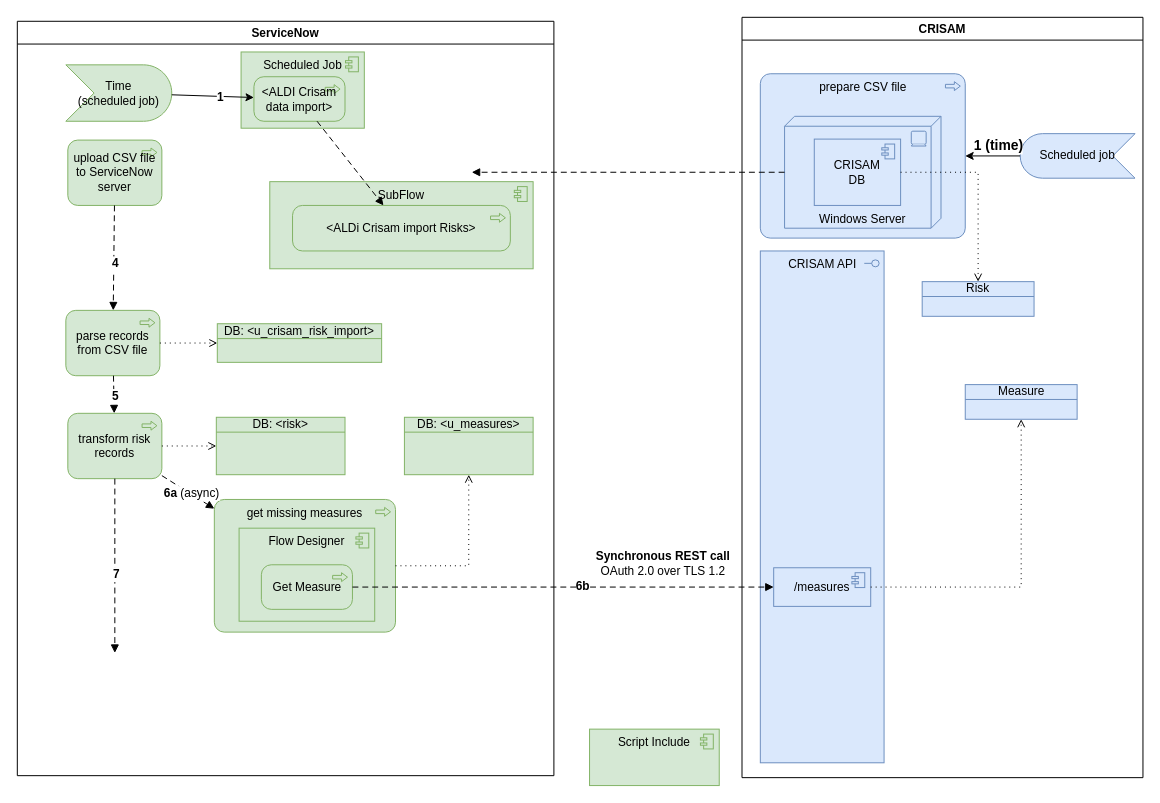
The draw.io diagram page "Crisam2SnNightly" (15 of 23) of AldiCrisam.drawio in algimas/tmp, before the edit. Source tidied: cells renumbered, new cells numbered last; positions are measured from the earlier drawing's top-left corner, leaving out a move shared by most shapes. Both pictures are drawn from the tidied source at 99%, with x=0, y=0 at pixel (17, 17).
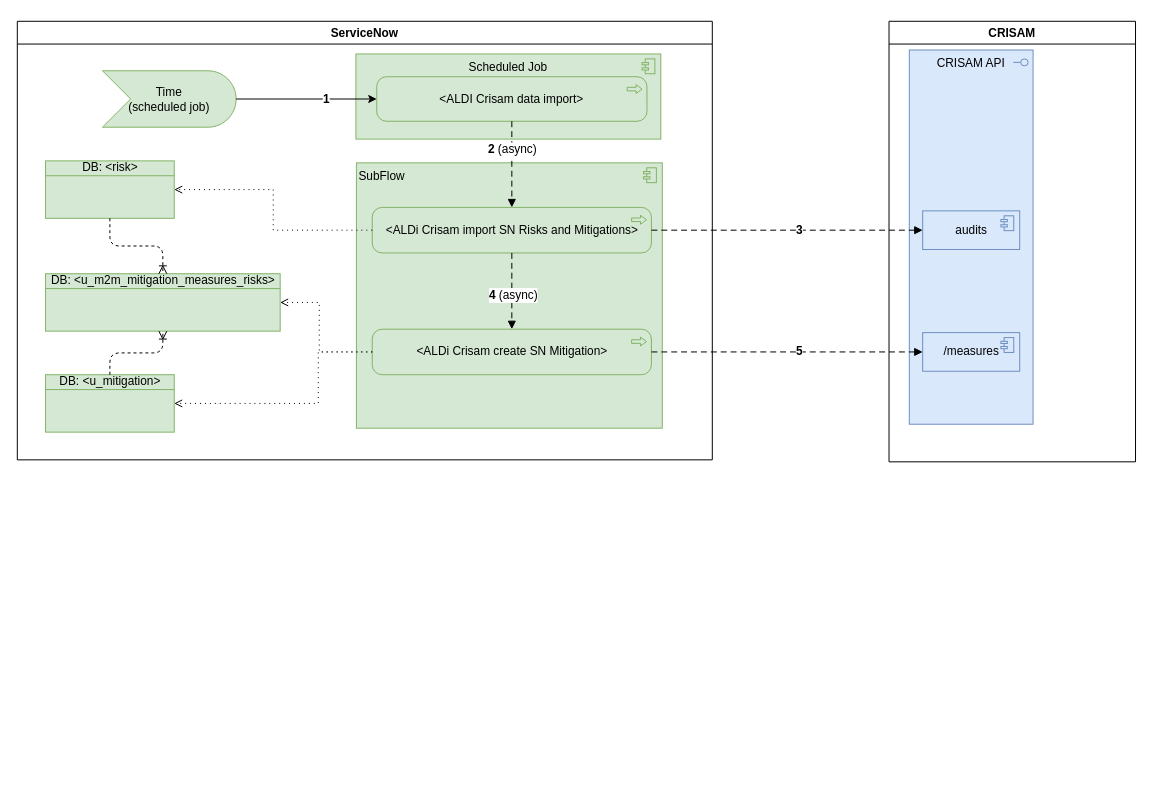
The same diagram, later.

The edit, as a diff of the source:
```diff
@@
     <mxCell id="2" value="CRISAM" style="swimlane;" parent="1" vertex="1">
-      <mxGeometry x="732" width="405" height="768" as="geometry" />
+      <mxGeometry x="880.5" y="4" width="249" height="445" as="geometry" />
     </mxCell>
-    <mxCell id="3" value="Measure" style="html=1;outlineConnect=0;whiteSpace=wrap;fillColor=#dae8fc;shape=mxgraph.archimate3.businessObject;overflow=fill;strokeColor=#6c8ebf;" parent="2" vertex="1">
-      <mxGeometry x="225.5" y="371" width="113" height="35" as="geometry" />
-    </mxCell>
-    <mxCell id="4" value="prepare CSV file" style="html=1;outlineConnect=0;whiteSpace=wrap;fillColor=#dae8fc;shape=mxgraph.archimate3.application;appType=proc;archiType=rounded;strokeColor=#6c8ebf;verticalAlign=top;" parent="2" vertex="1">
-      <mxGeometry x="18.5" y="57" width="207" height="166" as="geometry" />
-    </mxCell>
-    <mxCell id="5" value="&lt;div&gt;&lt;span style=&quot;background-color: initial;&quot;&gt;Scheduled job&lt;/span&gt;&lt;br&gt;&lt;/div&gt;" style="html=1;outlineConnect=0;whiteSpace=wrap;fillColor=#dae8fc;shape=mxgraph.archimate3.event;direction=west;strokeColor=#6c8ebf;" parent="2" vertex="1">
-      <mxGeometry x="281" y="117.5" width="116" height="45" as="geometry" />
-    </mxCell>
-    <mxCell id="6" style="edgeStyle=none;rounded=0;jettySize=auto;html=1;fillColor=#80b6a1;" parent="2" edge="1" source="5" target="4">
-      <mxGeometry relative="1" as="geometry" />
-    </mxCell>
-    <mxCell id="7" value="&lt;font style=&quot;font-size: 14px&quot;&gt;&lt;b&gt;1 (time)&lt;/b&gt;&lt;/font&gt;" style="edgeLabel;html=1;align=center;verticalAlign=middle;fillColor=#80b6a1;" parent="6" vertex="1">
-      <mxGeometry x="0.14" relative="1" as="geometry">
-        <mxPoint x="9" y="-11" as="offset" />
-      </mxGeometry>
-    </mxCell>
-    <mxCell id="8" value="Windows Server&lt;div&gt;&lt;/div&gt;" style="html=1;outlineConnect=0;whiteSpace=wrap;fillColor=#dae8fc;shape=mxgraph.archimate3.tech;techType=device;fontSize=12;strokeColor=#6c8ebf;verticalAlign=bottom;" parent="2" vertex="1">
-      <mxGeometry x="43" y="100" width="158" height="113" as="geometry" />
-    </mxCell>
-    <mxCell id="9" value="CRISAM &lt;br&gt;DB" style="html=1;outlineConnect=0;whiteSpace=wrap;fillColor=#dae8fc;shape=mxgraph.archimate3.application;appType=comp;archiType=square;strokeColor=#6c8ebf;verticalAlign=middle;" parent="2" vertex="1">
-      <mxGeometry x="73" y="123" width="87.2" height="67" as="geometry" />
-    </mxCell>
-    <mxCell id="10" value="Risk" style="html=1;outlineConnect=0;whiteSpace=wrap;fillColor=#dae8fc;shape=mxgraph.archimate3.businessObject;overflow=fill;strokeColor=#6c8ebf;" parent="2" vertex="1">
-      <mxGeometry x="182" y="267" width="113" height="35" as="geometry" />
-    </mxCell>
-    <mxCell id="11" style="edgeStyle=orthogonalEdgeStyle;html=1;endArrow=open;elbow=vertical;endFill=0;dashed=1;dashPattern=1 4;rounded=0;fillColor=#00b9f2;" parent="2" edge="1" source="9" target="10">
-      <mxGeometry relative="1" as="geometry" />
-    </mxCell>
+    <mxCell id="41" value="CRISAM API" style="html=1;whiteSpace=wrap;fillColor=#dae8fc;shape=mxgraph.archimate3.application;appType=interface;archiType=square;strokeColor=#6c8ebf;verticalAlign=top;" parent="2" vertex="1">
+      <mxGeometry x="20.5" y="29" width="125" height="378" as="geometry" />
+    </mxCell>
+    <mxCell id="42" value="/measures" style="html=1;outlineConnect=0;whiteSpace=wrap;fillColor=#dae8fc;shape=mxgraph.archimate3.application;appType=comp;archiType=square;strokeColor=#6c8ebf;" parent="2" vertex="1">
+      <mxGeometry x="34" y="314.5" width="98" height="39" as="geometry" />
+    </mxCell>
+    <mxCell id="49" value="audits" style="html=1;outlineConnect=0;whiteSpace=wrap;fillColor=#dae8fc;shape=mxgraph.archimate3.application;appType=comp;archiType=square;strokeColor=#6c8ebf;" parent="2" vertex="1">
+      <mxGeometry x="34" y="191.5" width="98" height="39" as="geometry" />
+    </mxCell>
     <mxCell id="12" value="ServiceNow" style="swimlane;" parent="1" vertex="1">
-      <mxGeometry y="4" width="542" height="762" as="geometry" />
+      <mxGeometry y="4" width="702" height="443" as="geometry" />
     </mxCell>
     <mxCell id="13" value="DB: &amp;lt;risk&amp;gt;" style="html=1;outlineConnect=0;whiteSpace=wrap;fillColor=#d5e8d4;shape=mxgraph.archimate3.businessObject;overflow=fill;strokeColor=#82b366;" parent="12" vertex="1">
-      <mxGeometry x="201" y="400" width="130" height="58" as="geometry" />
+      <mxGeometry x="28.5" y="141" width="130" height="58" as="geometry" />
     </mxCell>
-    <mxCell id="14" value="parse records from CSV file" style="html=1;outlineConnect=0;whiteSpace=wrap;fillColor=#d5e8d4;shape=mxgraph.archimate3.application;appType=proc;archiType=rounded;strokeColor=#82b366;verticalAlign=middle;" parent="12" vertex="1">
-      <mxGeometry x="49" y="292" width="95" height="66" as="geometry" />
-    </mxCell>
-    <mxCell id="15" value="DB: &amp;lt;u_crisam_risk_import&amp;gt;" style="html=1;outlineConnect=0;whiteSpace=wrap;fillColor=#d5e8d4;shape=mxgraph.archimate3.businessObject;overflow=fill;strokeColor=#82b366;" parent="12" vertex="1">
-      <mxGeometry x="202" y="305.5" width="166" height="39" as="geometry" />
-    </mxCell>
-    <mxCell id="16" value="transform risk records" style="html=1;outlineConnect=0;whiteSpace=wrap;fillColor=#d5e8d4;shape=mxgraph.archimate3.application;appType=proc;archiType=rounded;strokeColor=#82b366;verticalAlign=middle;" parent="12" vertex="1">
-      <mxGeometry x="51" y="396" width="95" height="66" as="geometry" />
-    </mxCell>
-    <mxCell id="17" value="get missing measures" style="html=1;outlineConnect=0;whiteSpace=wrap;fillColor=#d5e8d4;shape=mxgraph.archimate3.application;appType=proc;archiType=rounded;strokeColor=#82b366;verticalAlign=top;" parent="12" vertex="1">
-      <mxGeometry x="199" y="483" width="183" height="134" as="geometry" />
-    </mxCell>
-    <mxCell id="18" value="DB: &amp;lt;u_measures&amp;gt;" style="html=1;outlineConnect=0;whiteSpace=wrap;fillColor=#d5e8d4;shape=mxgraph.archimate3.businessObject;overflow=fill;strokeColor=#82b366;" parent="12" vertex="1">
-      <mxGeometry x="391" y="400" width="130" height="58" as="geometry" />
-    </mxCell>
-    <mxCell id="19" value="Flow Designer" style="html=1;whiteSpace=wrap;fillColor=#d5e8d4;shape=mxgraph.archimate3.application;appType=comp;archiType=square;strokeColor=#82b366;verticalAlign=top;" parent="12" vertex="1">
-      <mxGeometry x="224" y="512" width="137" height="94" as="geometry" />
-    </mxCell>
-    <mxCell id="20" value="Get Measure" style="html=1;outlineConnect=0;whiteSpace=wrap;fillColor=#d5e8d4;shape=mxgraph.archimate3.application;appType=proc;archiType=rounded;strokeColor=#82b366;" parent="12" vertex="1">
-      <mxGeometry x="246.5" y="549" width="92" height="45" as="geometry" />
-    </mxCell>
-    <mxCell id="21" value="upload CSV file to ServiceNow server" style="html=1;outlineConnect=0;whiteSpace=wrap;fillColor=#d5e8d4;shape=mxgraph.archimate3.application;appType=proc;archiType=rounded;strokeColor=#82b366;verticalAlign=middle;" parent="12" vertex="1">
-      <mxGeometry x="51" y="120" width="95" height="66" as="geometry" />
-    </mxCell>
-    <mxCell id="22" style="html=1;endArrow=block;dashed=1;elbow=vertical;endFill=1;dashPattern=6 4;rounded=0;fontSize=12;" parent="12" edge="1" source="21" target="14">
-      <mxGeometry relative="1" as="geometry" />
-    </mxCell>
-    <mxCell id="23" value="&lt;b&gt;4&lt;/b&gt;" style="edgeLabel;html=1;align=center;verticalAlign=middle;fontSize=12;" parent="22" vertex="1">
-      <mxGeometry x="0.09" y="1" relative="1" as="geometry" />
-    </mxCell>
-    <mxCell id="24" style="html=1;endArrow=block;dashed=1;elbow=vertical;endFill=1;dashPattern=6 4;rounded=0;fontSize=12;" parent="12" edge="1" source="14" target="16">
-      <mxGeometry relative="1" as="geometry" />
-    </mxCell>
-    <mxCell id="25" value="&lt;b&gt;5&lt;/b&gt;" style="edgeLabel;html=1;align=center;verticalAlign=middle;fontSize=12;" parent="24" vertex="1">
-      <mxGeometry x="0.09" y="1" relative="1" as="geometry" />
-    </mxCell>
-    <mxCell id="26" style="html=1;endArrow=block;dashed=1;elbow=vertical;endFill=1;dashPattern=6 4;rounded=0;fontSize=12;" parent="12" edge="1" source="16" target="17">
-      <mxGeometry relative="1" as="geometry" />
-    </mxCell>
-    <mxCell id="27" value="&lt;b&gt;6a&amp;nbsp;&lt;/b&gt;(async)" style="edgeLabel;html=1;align=center;verticalAlign=middle;fontSize=12;" parent="26" vertex="1">
-      <mxGeometry x="0.09" y="1" relative="1" as="geometry" />
-    </mxCell>
-    <mxCell id="28" style="html=1;endArrow=block;dashed=1;elbow=vertical;endFill=1;dashPattern=6 4;rounded=0;fontSize=12;" parent="12" edge="1" source="16">
-      <mxGeometry relative="1" as="geometry">
-        <mxPoint x="98.5" y="638" as="targetPoint" />
-      </mxGeometry>
-    </mxCell>
-    <mxCell id="29" value="&lt;b&gt;7&lt;/b&gt;" style="edgeLabel;html=1;align=center;verticalAlign=middle;fontSize=12;" parent="28" vertex="1">
-      <mxGeometry x="0.09" y="1" relative="1" as="geometry" />
-    </mxCell>
-    <mxCell id="30" style="edgeStyle=orthogonalEdgeStyle;html=1;endArrow=open;elbow=vertical;endFill=0;dashed=1;dashPattern=1 4;rounded=0;fillColor=#00b9f2;" parent="12" edge="1" source="14" target="15">
-      <mxGeometry relative="1" as="geometry" />
-    </mxCell>
-    <mxCell id="31" style="edgeStyle=orthogonalEdgeStyle;html=1;endArrow=open;elbow=vertical;endFill=0;dashed=1;dashPattern=1 4;rounded=0;fillColor=#00b9f2;" parent="12" edge="1" source="16" target="13">
-      <mxGeometry relative="1" as="geometry" />
-    </mxCell>
-    <mxCell id="32" style="edgeStyle=orthogonalEdgeStyle;html=1;endArrow=open;elbow=vertical;endFill=0;dashed=1;dashPattern=1 4;rounded=0;fillColor=#00b9f2;" parent="12" edge="1" source="17" target="18">
-      <mxGeometry relative="1" as="geometry" />
-    </mxCell>
     <mxCell id="33" value="Time &lt;br&gt;(scheduled job)" style="html=1;outlineConnect=0;whiteSpace=wrap;fillColor=#d5e8d4;shape=mxgraph.archimate3.event;strokeColor=#82b366;" parent="12" vertex="1">
-      <mxGeometry x="49" y="44" width="107" height="57" as="geometry" />
+      <mxGeometry x="86" y="50" width="135" height="57" as="geometry" />
     </mxCell>
     <mxCell id="34" value="Scheduled Job" style="html=1;whiteSpace=wrap;fillColor=#d5e8d4;shape=mxgraph.archimate3.application;appType=comp;archiType=square;strokeColor=#82b366;verticalAlign=top;" parent="12" vertex="1">
-      <mxGeometry x="226" y="31" width="124.5" height="77" as="geometry" />
+      <mxGeometry x="342" y="33" width="308" height="86" as="geometry" />
     </mxCell>
     <mxCell id="35" value="&amp;lt;ALDI Crisam data import&amp;gt;" style="html=1;outlineConnect=0;whiteSpace=wrap;fillColor=#d5e8d4;shape=mxgraph.archimate3.application;appType=proc;archiType=rounded;strokeColor=#82b366;" parent="12" vertex="1">
-      <mxGeometry x="239" y="56" width="92" height="45" as="geometry" />
+      <mxGeometry x="363" y="56" width="273" height="45" as="geometry" />
     </mxCell>
@@
-    <mxCell id="38" value="SubFlow" style="html=1;whiteSpace=wrap;fillColor=#d5e8d4;shape=mxgraph.archimate3.application;appType=comp;archiType=square;strokeColor=#82b366;verticalAlign=top;" parent="12" vertex="1">
-      <mxGeometry x="255" y="162" width="266" height="88" as="geometry" />
+    <mxCell id="38" value="SubFlow" style="html=1;whiteSpace=wrap;fillColor=#d5e8d4;shape=mxgraph.archimate3.application;appType=comp;archiType=square;strokeColor=#82b366;verticalAlign=top;align=left;" parent="12" vertex="1">
+      <mxGeometry x="342.5" y="143" width="309" height="268" as="geometry" />
     </mxCell>
-    <mxCell id="39" value="&amp;lt;ALDi Crisam import Risks&amp;gt;" style="html=1;outlineConnect=0;whiteSpace=wrap;fillColor=#d5e8d4;shape=mxgraph.archimate3.application;appType=proc;archiType=rounded;strokeColor=#82b366;" parent="12" vertex="1">
-      <mxGeometry x="278" y="186" width="220" height="46" as="geometry" />
-    </mxCell>
-    <mxCell id="40" style="html=1;endArrow=block;dashed=1;elbow=vertical;endFill=1;dashPattern=6 4;rounded=0;fontSize=12;" parent="1" edge="1" source="8">
-      <mxGeometry relative="1" as="geometry">
-        <mxPoint x="459" y="156.5" as="targetPoint" />
-      </mxGeometry>
-    </mxCell>
-    <mxCell id="41" value="CRISAM API" style="html=1;whiteSpace=wrap;fillColor=#dae8fc;shape=mxgraph.archimate3.application;appType=interface;archiType=square;strokeColor=#6c8ebf;verticalAlign=top;" parent="1" vertex="1">
-      <mxGeometry x="750.5" y="236" width="125" height="517" as="geometry" />
-    </mxCell>
-    <mxCell id="42" value="/measures" style="html=1;outlineConnect=0;whiteSpace=wrap;fillColor=#dae8fc;shape=mxgraph.archimate3.application;appType=comp;archiType=square;strokeColor=#6c8ebf;" parent="1" vertex="1">
-      <mxGeometry x="764" y="556" width="98" height="39" as="geometry" />
-    </mxCell>
+    <mxCell id="50" style="html=1;endArrow=block;dashed=1;elbow=vertical;endFill=1;dashPattern=6 4;rounded=0;fontSize=12;" parent="12" edge="1" source="35" target="52">
+      <mxGeometry relative="1" as="geometry" />
+    </mxCell>
+    <mxCell id="51" value="&lt;b&gt;2&amp;nbsp;&lt;/b&gt;(async)" style="edgeLabel;html=1;align=center;verticalAlign=middle;fontSize=12;" parent="50" vertex="1">
+      <mxGeometry x="0.09" y="1" relative="1" as="geometry">
+        <mxPoint x="-1" y="-19" as="offset" />
+      </mxGeometry>
+    </mxCell>
+    <mxCell id="52" value="&amp;lt;ALDi Crisam import SN Risks and Mitigations&amp;gt;" style="html=1;outlineConnect=0;whiteSpace=wrap;fillColor=#d5e8d4;shape=mxgraph.archimate3.application;appType=proc;archiType=rounded;strokeColor=#82b366;" parent="12" vertex="1">
+      <mxGeometry x="358.5" y="188" width="282" height="46" as="geometry" />
+    </mxCell>
+    <mxCell id="53" style="edgeStyle=orthogonalEdgeStyle;html=1;endArrow=open;elbow=vertical;endFill=0;dashed=1;dashPattern=1 4;rounded=0;fillColor=#00b9f2;" parent="12" edge="1" source="52" target="13">
+      <mxGeometry relative="1" as="geometry" />
+    </mxCell>
+    <mxCell id="54" value="&amp;lt;ALDi Crisam create SN Mitigation&amp;gt;" style="html=1;outlineConnect=0;whiteSpace=wrap;fillColor=#d5e8d4;shape=mxgraph.archimate3.application;appType=proc;archiType=rounded;strokeColor=#82b366;" parent="12" vertex="1">
+      <mxGeometry x="358.5" y="311" width="282" height="46" as="geometry" />
+    </mxCell>
+    <mxCell id="55" style="html=1;endArrow=block;dashed=1;elbow=vertical;endFill=1;dashPattern=6 4;rounded=0;fontSize=12;" parent="12" edge="1" source="52" target="54">
+      <mxGeometry relative="1" as="geometry" />
+    </mxCell>
+    <mxCell id="56" value="&lt;b&gt;4&amp;nbsp;&lt;/b&gt;(async)" style="edgeLabel;html=1;align=center;verticalAlign=middle;fontSize=12;" parent="55" vertex="1">
+      <mxGeometry x="0.09" y="1" relative="1" as="geometry" />
+    </mxCell>
+    <mxCell id="57" value="DB: &amp;lt;u_mitigation&amp;gt;" style="html=1;outlineConnect=0;whiteSpace=wrap;fillColor=#d5e8d4;shape=mxgraph.archimate3.businessObject;overflow=fill;strokeColor=#82b366;" parent="12" vertex="1">
+      <mxGeometry x="28.5" y="357" width="130" height="58" as="geometry" />
+    </mxCell>
+    <mxCell id="58" value="DB: &amp;lt;u_m2m_mitigation_measures_risks&amp;gt;" style="html=1;outlineConnect=0;whiteSpace=wrap;fillColor=#d5e8d4;shape=mxgraph.archimate3.businessObject;overflow=fill;strokeColor=#82b366;" parent="12" vertex="1">
+      <mxGeometry x="28.5" y="255" width="237" height="58" as="geometry" />
+    </mxCell>
+    <mxCell id="59" style="edgeStyle=orthogonalEdgeStyle;html=1;dashed=1;labelBackgroundColor=none;startArrow=none;endArrow=ERoneToMany;fontFamily=Verdana;fontSize=12;align=left;startFill=0;" parent="12" edge="1" source="13" target="58">
+      <mxGeometry relative="1" as="geometry" />
+    </mxCell>
+    <mxCell id="60" style="edgeStyle=orthogonalEdgeStyle;html=1;dashed=1;labelBackgroundColor=none;startArrow=none;endArrow=ERoneToMany;fontFamily=Verdana;fontSize=12;align=left;startFill=0;exitX=0.5;exitY=0;exitDx=0;exitDy=0;exitPerimeter=0;" parent="12" edge="1" source="57" target="58">
+      <mxGeometry relative="1" as="geometry" />
+    </mxCell>
+    <mxCell id="61" style="edgeStyle=orthogonalEdgeStyle;html=1;endArrow=open;elbow=vertical;endFill=0;dashed=1;dashPattern=1 4;rounded=0;fillColor=#00b9f2;" parent="12" edge="1" source="54" target="58">
+      <mxGeometry relative="1" as="geometry">
+        <Array as="points">
+          <mxPoint x="305" y="334" />
+          <mxPoint x="305" y="284" />
+        </Array>
+      </mxGeometry>
+    </mxCell>
+    <mxCell id="62" style="edgeStyle=orthogonalEdgeStyle;html=1;endArrow=open;elbow=vertical;endFill=0;dashed=1;dashPattern=1 4;rounded=0;fillColor=#00b9f2;" parent="12" edge="1" source="54" target="57">
+      <mxGeometry relative="1" as="geometry">
+        <Array as="points">
+          <mxPoint x="304" y="334" />
+          <mxPoint x="304" y="386" />
+        </Array>
+      </mxGeometry>
+    </mxCell>
-    <mxCell id="43" style="html=1;endArrow=block;dashed=1;elbow=vertical;endFill=1;dashPattern=6 4;rounded=0;fontSize=12;" parent="1" edge="1" source="20" target="42">
+    <mxCell id="43" style="html=1;endArrow=block;dashed=1;elbow=vertical;endFill=1;dashPattern=6 4;rounded=0;fontSize=12;" parent="1" edge="1" source="52" target="49">
       <mxGeometry relative="1" as="geometry" />
     </mxCell>
-    <mxCell id="44" value="&lt;b&gt;6b&lt;/b&gt;" style="edgeLabel;html=1;align=center;verticalAlign=middle;fontSize=12;" parent="43" vertex="1">
+    <mxCell id="44" value="&lt;b&gt;3&lt;/b&gt;" style="edgeLabel;html=1;align=center;verticalAlign=middle;fontSize=12;" parent="43" vertex="1">
       <mxGeometry x="0.09" y="1" relative="1" as="geometry" />
     </mxCell>
-    <mxCell id="45" style="edgeStyle=orthogonalEdgeStyle;html=1;endArrow=open;elbow=vertical;endFill=0;dashed=1;dashPattern=1 4;rounded=0;fillColor=#00b9f2;" parent="1" edge="1" source="42" target="3">
-      <mxGeometry relative="1" as="geometry" />
-    </mxCell>
-    <mxCell id="46" value="&lt;div&gt;&lt;b&gt;Synchronous REST call&lt;/b&gt;&lt;/div&gt;&lt;div&gt;OAuth 2.0 over TLS 1.2&lt;/div&gt;" style="text;html=1;align=center;verticalAlign=middle;strokeColor=none;fillColor=none;" parent="1" vertex="1">
-      <mxGeometry x="575" y="531" width="153" height="41" as="geometry" />
-    </mxCell>
-    <mxCell id="47" style="html=1;endArrow=block;dashed=1;elbow=vertical;endFill=1;dashPattern=6 4;rounded=0;fontSize=12;" parent="1" edge="1" target="39">
-      <mxGeometry relative="1" as="geometry">
-        <mxPoint x="302.8" y="105" as="sourcePoint" />
-      </mxGeometry>
-    </mxCell>
-    <mxCell id="48" value="Script Include" style="html=1;whiteSpace=wrap;fillColor=#d5e8d4;shape=mxgraph.archimate3.application;appType=comp;archiType=square;strokeColor=#82b366;verticalAlign=top;" parent="1" vertex="1">
-      <mxGeometry x="578" y="719" width="131" height="57" as="geometry" />
-    </mxCell>
+    <mxCell id="63" style="html=1;endArrow=block;dashed=1;elbow=vertical;endFill=1;dashPattern=6 4;rounded=0;fontSize=12;" parent="1" edge="1" source="54" target="42">
+      <mxGeometry relative="1" as="geometry" />
+    </mxCell>
+    <mxCell id="25" value="&lt;b&gt;5&lt;/b&gt;" style="edgeLabel;html=1;align=center;verticalAlign=middle;fontSize=12;" parent="63" vertex="1">
+      <mxGeometry x="0.09" y="1" relative="1" as="geometry" />
+    </mxCell>
```
